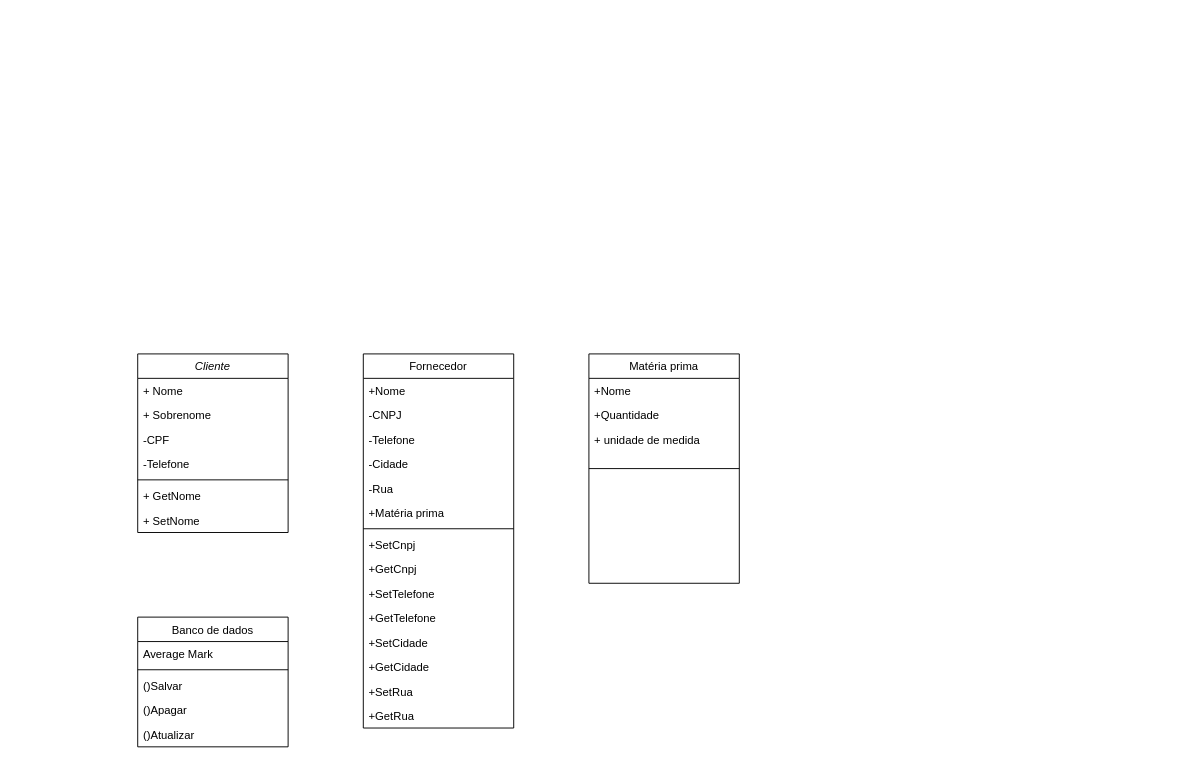
This is page "Page-1" (1 of 2) of classes/classes.drawio from Brazuca17/appEquipe, a draw.io file, before an edit. Source tidied: cells renumbered, new cells numbered last; positions are measured from the earlier drawing's top-left corner, leaving out a move shared by most shapes. Both pictures are drawn from the tidied source at 94%, with x=0, y=0 at pixel (137, 353).
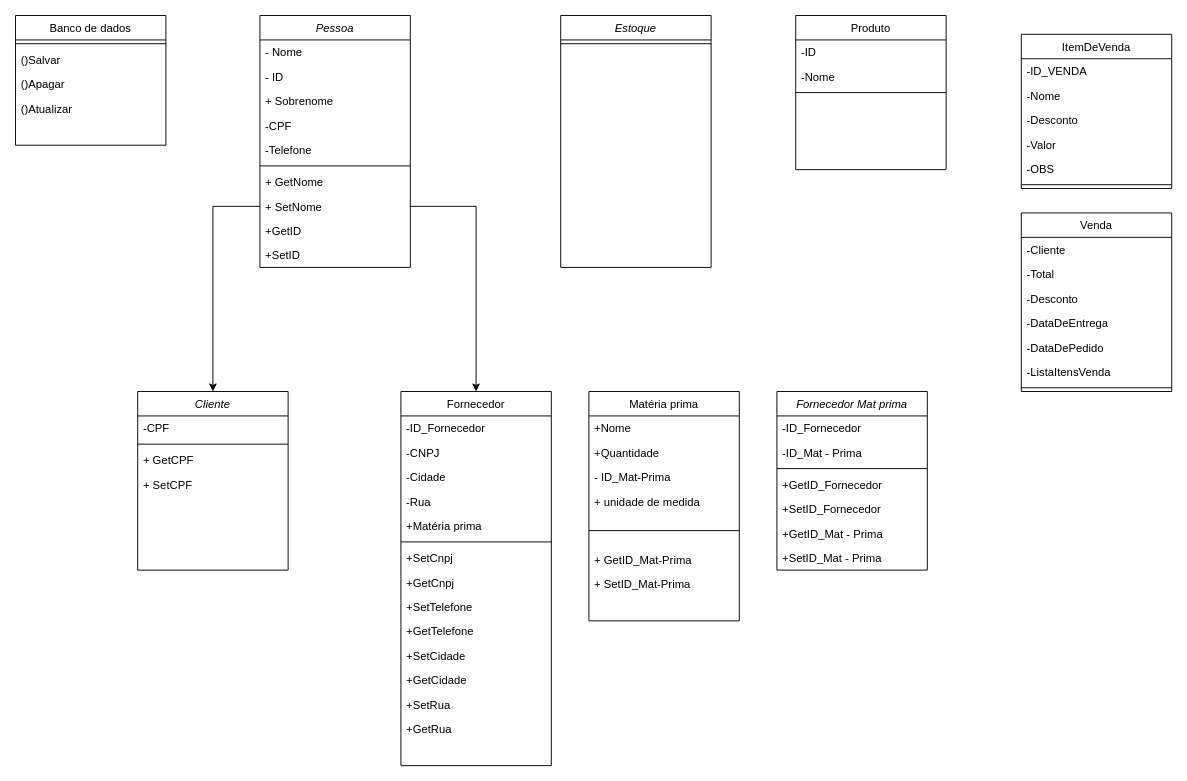
After the change.

What changed in the source:
```diff
@@
     <mxCell id="2" value="Cliente" style="swimlane;fontStyle=2;align=center;verticalAlign=top;horizontal=1;startSize=26;rounded=0;shadow=0;strokeWidth=1;" parent="1" vertex="1">
-      <mxGeometry width="160" height="190" as="geometry" />
+      <mxGeometry y="40" width="160" height="190" as="geometry" />
     </mxCell>
-    <mxCell id="3" value="+ Nome" style="text;align=left;verticalAlign=top;spacingLeft=4;spacingRight=4;overflow=hidden;" parent="2" vertex="1">
-      <mxGeometry y="26" width="160" height="26" as="geometry" />
-    </mxCell>
-    <mxCell id="4" value="+ Sobrenome" style="text;align=left;verticalAlign=top;spacingLeft=4;spacingRight=4;overflow=hidden;rounded=0;shadow=0;html=0;" parent="2" vertex="1">
-      <mxGeometry y="52" width="160" height="26" as="geometry" />
-    </mxCell>
     <mxCell id="5" value="-CPF" style="text;align=left;verticalAlign=top;spacingLeft=4;spacingRight=4;overflow=hidden;rounded=0;shadow=0;html=0;" parent="2" vertex="1">
-      <mxGeometry y="78" width="160" height="26" as="geometry" />
+      <mxGeometry y="26" width="160" height="26" as="geometry" />
     </mxCell>
-    <mxCell id="6" value="-Telefone" style="text;align=left;verticalAlign=top;spacingLeft=4;spacingRight=4;overflow=hidden;" parent="2" vertex="1">
-      <mxGeometry y="104" width="160" height="26" as="geometry" />
-    </mxCell>
     <mxCell id="7" style="line;html=1;strokeWidth=1;align=left;verticalAlign=middle;spacingTop=-1;spacingLeft=3;spacingRight=3;labelPosition=right;" parent="2" vertex="1">
-      <mxGeometry y="130" width="160" height="8" as="geometry" />
+      <mxGeometry y="52" width="160" height="8" as="geometry" />
     </mxCell>
-    <mxCell id="8" value="+ GetNome" style="text;align=left;verticalAlign=top;spacingLeft=4;spacingRight=4;overflow=hidden;" parent="2" vertex="1">
-      <mxGeometry y="138" width="160" height="26" as="geometry" />
+    <mxCell id="8" value="+ GetCPF" style="text;align=left;verticalAlign=top;spacingLeft=4;spacingRight=4;overflow=hidden;" parent="2" vertex="1">
+      <mxGeometry y="60" width="160" height="26" as="geometry" />
     </mxCell>
-    <mxCell id="9" value="+ SetNome" style="text;align=left;verticalAlign=top;spacingLeft=4;spacingRight=4;overflow=hidden;" parent="2" vertex="1">
-      <mxGeometry y="164" width="160" height="26" as="geometry" />
+    <mxCell id="9" value="+ SetCPF" style="text;align=left;verticalAlign=top;spacingLeft=4;spacingRight=4;overflow=hidden;" parent="2" vertex="1">
+      <mxGeometry y="86" width="160" height="22" as="geometry" />
     </mxCell>
     <mxCell id="10" value="Banco de dados" style="swimlane;fontStyle=0;align=center;verticalAlign=top;horizontal=1;startSize=26;rounded=0;shadow=0;strokeWidth=1;" parent="1" vertex="1">
-      <mxGeometry y="280" width="160" height="138" as="geometry" />
+      <mxGeometry x="-130" y="-360" width="160" height="138" as="geometry" />
     </mxCell>
-    <mxCell id="11" value="Average Mark" style="text;align=left;verticalAlign=top;spacingLeft=4;spacingRight=4;overflow=hidden;rounded=0;shadow=0;html=0;" parent="10" vertex="1">
-      <mxGeometry y="26" width="160" height="26" as="geometry" />
-    </mxCell>
     <mxCell id="12" style="line;html=1;strokeWidth=1;align=left;verticalAlign=middle;spacingTop=-1;spacingLeft=3;spacingRight=3;labelPosition=right;" parent="10" vertex="1">
-      <mxGeometry y="52" width="160" height="8" as="geometry" />
+      <mxGeometry y="26" width="160" height="8" as="geometry" />
     </mxCell>
     <mxCell id="13" value="()Salvar" style="text;align=left;verticalAlign=top;spacingLeft=4;spacingRight=4;overflow=hidden;rounded=0;shadow=0;html=0;" parent="10" vertex="1">
-      <mxGeometry y="60" width="160" height="26" as="geometry" />
+      <mxGeometry y="34" width="160" height="26" as="geometry" />
     </mxCell>
     <mxCell id="14" value="()Apagar" style="text;align=left;verticalAlign=top;spacingLeft=4;spacingRight=4;overflow=hidden;rounded=0;shadow=0;html=0;" parent="10" vertex="1">
-      <mxGeometry y="86" width="160" height="26" as="geometry" />
+      <mxGeometry y="60" width="160" height="26" as="geometry" />
     </mxCell>
     <mxCell id="15" value="()Atualizar" style="text;align=left;verticalAlign=top;spacingLeft=4;spacingRight=4;overflow=hidden;rounded=0;shadow=0;html=0;" parent="10" vertex="1">
-      <mxGeometry y="112" width="160" height="26" as="geometry" />
+      <mxGeometry y="86" width="160" height="26" as="geometry" />
     </mxCell>
     <mxCell id="16" value="Matéria prima" style="swimlane;fontStyle=0;align=center;verticalAlign=top;horizontal=1;startSize=26;rounded=0;shadow=0;strokeWidth=1;" parent="1" vertex="1">
-      <mxGeometry x="480" width="160" height="244" as="geometry" />
+      <mxGeometry x="480" y="40" width="160" height="244" as="geometry" />
     </mxCell>
@@
+    <mxCell id="37" value="- ID_Mat-Prima" style="text;align=left;verticalAlign=top;spacingLeft=4;spacingRight=4;overflow=hidden;" parent="16" vertex="1">
+      <mxGeometry y="78" width="160" height="26" as="geometry" />
+    </mxCell>
     <mxCell id="19" value="+ unidade de medida" style="text;align=left;verticalAlign=top;spacingLeft=4;spacingRight=4;overflow=hidden;" parent="16" vertex="1">
-      <mxGeometry y="78" width="160" height="26" as="geometry" />
+      <mxGeometry y="104" width="160" height="26" as="geometry" />
     </mxCell>
     <mxCell id="20" style="line;html=1;strokeWidth=1;align=left;verticalAlign=middle;spacingTop=-1;spacingLeft=3;spacingRight=3;labelPosition=right;" parent="16" vertex="1">
-      <mxGeometry y="104" width="160" height="36" as="geometry" />
+      <mxGeometry y="130" width="160" height="36" as="geometry" />
     </mxCell>
+    <mxCell id="38" value="+ GetID_Mat-Prima" style="text;align=left;verticalAlign=top;spacingLeft=4;spacingRight=4;overflow=hidden;" parent="16" vertex="1">
+      <mxGeometry y="166" width="160" height="26" as="geometry" />
+    </mxCell>
+    <mxCell id="39" value="+ SetID_Mat-Prima" style="text;align=left;verticalAlign=top;spacingLeft=4;spacingRight=4;overflow=hidden;" parent="16" vertex="1">
+      <mxGeometry y="192" width="160" height="26" as="geometry" />
+    </mxCell>
     <mxCell id="21" value="Fornecedor" style="swimlane;fontStyle=0;align=center;verticalAlign=top;horizontal=1;startSize=26;rounded=0;shadow=0;strokeWidth=1;" parent="1" vertex="1">
-      <mxGeometry x="240" width="160" height="398" as="geometry" />
+      <mxGeometry x="280" y="40" width="160" height="398" as="geometry" />
     </mxCell>
-    <mxCell id="22" value="+Nome" style="text;align=left;verticalAlign=top;spacingLeft=4;spacingRight=4;overflow=hidden;" parent="21" vertex="1">
-      <mxGeometry y="26" width="160" height="26" as="geometry" />
-    </mxCell>
+    <mxCell id="40" value="-ID_Fornecedor" style="text;align=left;verticalAlign=top;spacingLeft=4;spacingRight=4;overflow=hidden;rounded=0;shadow=0;html=0;" parent="21" vertex="1">
+      <mxGeometry y="26" width="160" height="26" as="geometry" />
+    </mxCell>
@@
-    <mxCell id="24" value="-Telefone" style="text;align=left;verticalAlign=top;spacingLeft=4;spacingRight=4;overflow=hidden;rounded=0;shadow=0;html=0;" parent="21" vertex="1">
-      <mxGeometry y="78" width="160" height="26" as="geometry" />
-    </mxCell>
     <mxCell id="25" value="-Cidade" style="text;align=left;verticalAlign=top;spacingLeft=4;spacingRight=4;overflow=hidden;rounded=0;shadow=0;html=0;" parent="21" vertex="1">
-      <mxGeometry y="104" width="160" height="26" as="geometry" />
+      <mxGeometry y="78" width="160" height="26" as="geometry" />
     </mxCell>
     <mxCell id="26" value="-Rua" style="text;align=left;verticalAlign=top;spacingLeft=4;spacingRight=4;overflow=hidden;rounded=0;shadow=0;html=0;" parent="21" vertex="1">
-      <mxGeometry y="130" width="160" height="26" as="geometry" />
+      <mxGeometry y="104" width="160" height="26" as="geometry" />
     </mxCell>
     <mxCell id="27" value="+Matéria prima" style="text;align=left;verticalAlign=top;spacingLeft=4;spacingRight=4;overflow=hidden;rounded=0;shadow=0;html=0;" parent="21" vertex="1">
-      <mxGeometry y="156" width="160" height="26" as="geometry" />
+      <mxGeometry y="130" width="160" height="26" as="geometry" />
     </mxCell>
     <mxCell id="28" style="line;html=1;strokeWidth=1;align=left;verticalAlign=middle;spacingTop=-1;spacingLeft=3;spacingRight=3;labelPosition=right;" parent="21" vertex="1">
-      <mxGeometry y="182" width="160" height="8" as="geometry" />
+      <mxGeometry y="156" width="160" height="8" as="geometry" />
     </mxCell>
     <mxCell id="29" value="+SetCnpj" style="text;align=left;verticalAlign=top;spacingLeft=4;spacingRight=4;overflow=hidden;rounded=0;shadow=0;html=0;" parent="21" vertex="1">
-      <mxGeometry y="190" width="160" height="26" as="geometry" />
+      <mxGeometry y="164" width="160" height="26" as="geometry" />
     </mxCell>
     <mxCell id="30" value="+GetCnpj" style="text;align=left;verticalAlign=top;spacingLeft=4;spacingRight=4;overflow=hidden;rounded=0;shadow=0;html=0;" parent="21" vertex="1">
-      <mxGeometry y="216" width="160" height="26" as="geometry" />
+      <mxGeometry y="190" width="160" height="26" as="geometry" />
     </mxCell>
     <mxCell id="31" value="+SetTelefone" style="text;align=left;verticalAlign=top;spacingLeft=4;spacingRight=4;overflow=hidden;rounded=0;shadow=0;html=0;" parent="21" vertex="1">
-      <mxGeometry y="242" width="160" height="26" as="geometry" />
+      <mxGeometry y="216" width="160" height="26" as="geometry" />
     </mxCell>
     <mxCell id="32" value="+GetTelefone" style="text;align=left;verticalAlign=top;spacingLeft=4;spacingRight=4;overflow=hidden;rounded=0;shadow=0;html=0;" parent="21" vertex="1">
-      <mxGeometry y="268" width="160" height="26" as="geometry" />
+      <mxGeometry y="242" width="160" height="26" as="geometry" />
     </mxCell>
     <mxCell id="33" value="+SetCidade" style="text;align=left;verticalAlign=top;spacingLeft=4;spacingRight=4;overflow=hidden;rounded=0;shadow=0;html=0;" parent="21" vertex="1">
-      <mxGeometry y="294" width="160" height="26" as="geometry" />
+      <mxGeometry y="268" width="160" height="26" as="geometry" />
     </mxCell>
     <mxCell id="34" value="+GetCidade" style="text;align=left;verticalAlign=top;spacingLeft=4;spacingRight=4;overflow=hidden;rounded=0;shadow=0;html=0;" parent="21" vertex="1">
-      <mxGeometry y="320" width="160" height="26" as="geometry" />
+      <mxGeometry y="294" width="160" height="26" as="geometry" />
     </mxCell>
     <mxCell id="35" value="+SetRua" style="text;align=left;verticalAlign=top;spacingLeft=4;spacingRight=4;overflow=hidden;rounded=0;shadow=0;html=0;" parent="21" vertex="1">
-      <mxGeometry y="346" width="160" height="26" as="geometry" />
+      <mxGeometry y="320" width="160" height="26" as="geometry" />
     </mxCell>
     <mxCell id="36" value="+GetRua" style="text;align=left;verticalAlign=top;spacingLeft=4;spacingRight=4;overflow=hidden;rounded=0;shadow=0;html=0;" parent="21" vertex="1">
-      <mxGeometry y="372" width="160" height="26" as="geometry" />
+      <mxGeometry y="346" width="160" height="26" as="geometry" />
     </mxCell>
+    <mxCell id="41" value="Pessoa" style="swimlane;fontStyle=2;align=center;verticalAlign=top;horizontal=1;startSize=26;rounded=0;shadow=0;strokeWidth=1;" parent="1" vertex="1">
+      <mxGeometry x="130" y="-360" width="160" height="268" as="geometry" />
+    </mxCell>
+    <mxCell id="42" value="- Nome" style="text;align=left;verticalAlign=top;spacingLeft=4;spacingRight=4;overflow=hidden;" parent="41" vertex="1">
+      <mxGeometry y="26" width="160" height="26" as="geometry" />
+    </mxCell>
+    <mxCell id="43" value="- ID" style="text;align=left;verticalAlign=top;spacingLeft=4;spacingRight=4;overflow=hidden;rounded=0;shadow=0;html=0;" parent="41" vertex="1">
+      <mxGeometry y="52" width="160" height="26" as="geometry" />
+    </mxCell>
+    <mxCell id="4" value="+ Sobrenome" style="text;align=left;verticalAlign=top;spacingLeft=4;spacingRight=4;overflow=hidden;rounded=0;shadow=0;html=0;" parent="41" vertex="1">
+      <mxGeometry y="78" width="160" height="26" as="geometry" />
+    </mxCell>
+    <mxCell id="44" value="-CPF" style="text;align=left;verticalAlign=top;spacingLeft=4;spacingRight=4;overflow=hidden;rounded=0;shadow=0;html=0;" parent="41" vertex="1">
+      <mxGeometry y="104" width="160" height="26" as="geometry" />
+    </mxCell>
+    <mxCell id="6" value="-Telefone" style="text;align=left;verticalAlign=top;spacingLeft=4;spacingRight=4;overflow=hidden;" parent="41" vertex="1">
+      <mxGeometry y="130" width="160" height="26" as="geometry" />
+    </mxCell>
+    <mxCell id="45" style="line;html=1;strokeWidth=1;align=left;verticalAlign=middle;spacingTop=-1;spacingLeft=3;spacingRight=3;labelPosition=right;" parent="41" vertex="1">
+      <mxGeometry y="156" width="160" height="8" as="geometry" />
+    </mxCell>
+    <mxCell id="46" value="+ GetNome" style="text;align=left;verticalAlign=top;spacingLeft=4;spacingRight=4;overflow=hidden;" parent="41" vertex="1">
+      <mxGeometry y="164" width="160" height="26" as="geometry" />
+    </mxCell>
+    <mxCell id="47" value="+ SetNome" style="text;align=left;verticalAlign=top;spacingLeft=4;spacingRight=4;overflow=hidden;points=[[0,0.5],[1,0.5]];portConstraint=eastwest;" parent="41" vertex="1">
+      <mxGeometry y="190" width="160" height="26" as="geometry" />
+    </mxCell>
+    <mxCell id="48" value="+GetID" style="text;align=left;verticalAlign=top;spacingLeft=4;spacingRight=4;overflow=hidden;" parent="41" vertex="1">
+      <mxGeometry y="216" width="160" height="26" as="geometry" />
+    </mxCell>
+    <mxCell id="49" value="+SetID" style="text;align=left;verticalAlign=top;spacingLeft=4;spacingRight=4;overflow=hidden;" parent="41" vertex="1">
+      <mxGeometry y="242" width="160" height="26" as="geometry" />
+    </mxCell>
+    <mxCell id="50" style="edgeStyle=orthogonalEdgeStyle;rounded=0;jettySize=auto;html=1;" parent="1" edge="1" source="47" target="2">
+      <mxGeometry relative="1" as="geometry" />
+    </mxCell>
+    <mxCell id="51" style="edgeStyle=orthogonalEdgeStyle;rounded=0;jettySize=auto;html=1;" parent="1" edge="1" source="47" target="21">
+      <mxGeometry relative="1" as="geometry" />
+    </mxCell>
+    <mxCell id="52" value="Fornecedor Mat prima" style="swimlane;fontStyle=2;align=center;verticalAlign=top;horizontal=1;startSize=26;rounded=0;shadow=0;strokeWidth=1;" parent="1" vertex="1">
+      <mxGeometry x="680" y="40" width="160" height="190" as="geometry" />
+    </mxCell>
+    <mxCell id="53" value="-ID_Fornecedor" style="text;align=left;verticalAlign=top;spacingLeft=4;spacingRight=4;overflow=hidden;rounded=0;shadow=0;html=0;" parent="52" vertex="1">
+      <mxGeometry y="26" width="160" height="26" as="geometry" />
+    </mxCell>
+    <mxCell id="54" value="-ID_Mat - Prima" style="text;align=left;verticalAlign=top;spacingLeft=4;spacingRight=4;overflow=hidden;" parent="52" vertex="1">
+      <mxGeometry y="52" width="160" height="26" as="geometry" />
+    </mxCell>
+    <mxCell id="55" style="line;html=1;strokeWidth=1;align=left;verticalAlign=middle;spacingTop=-1;spacingLeft=3;spacingRight=3;labelPosition=right;" parent="52" vertex="1">
+      <mxGeometry y="78" width="160" height="8" as="geometry" />
+    </mxCell>
+    <mxCell id="56" value="+GetID_Fornecedor" style="text;align=left;verticalAlign=top;spacingLeft=4;spacingRight=4;overflow=hidden;rounded=0;shadow=0;html=0;" parent="52" vertex="1">
+      <mxGeometry y="86" width="160" height="26" as="geometry" />
+    </mxCell>
+    <mxCell id="57" value="+SetID_Fornecedor" style="text;align=left;verticalAlign=top;spacingLeft=4;spacingRight=4;overflow=hidden;rounded=0;shadow=0;html=0;" parent="52" vertex="1">
+      <mxGeometry y="112" width="160" height="26" as="geometry" />
+    </mxCell>
+    <mxCell id="58" value="+GetID_Mat - Prima" style="text;align=left;verticalAlign=top;spacingLeft=4;spacingRight=4;overflow=hidden;" parent="52" vertex="1">
+      <mxGeometry y="138" width="160" height="26" as="geometry" />
+    </mxCell>
+    <mxCell id="59" value="+SetID_Mat - Prima" style="text;align=left;verticalAlign=top;spacingLeft=4;spacingRight=4;overflow=hidden;" parent="52" vertex="1">
+      <mxGeometry y="164" width="160" height="26" as="geometry" />
+    </mxCell>
+    <mxCell id="60" value="Estoque" style="swimlane;fontStyle=2;align=center;verticalAlign=top;horizontal=1;startSize=26;rounded=0;shadow=0;strokeWidth=1;" parent="1" vertex="1">
+      <mxGeometry x="450" y="-360" width="160" height="268" as="geometry" />
+    </mxCell>
+    <mxCell id="61" style="line;html=1;strokeWidth=1;align=left;verticalAlign=middle;spacingTop=-1;spacingLeft=3;spacingRight=3;labelPosition=right;" parent="60" vertex="1">
+      <mxGeometry y="26" width="160" height="8" as="geometry" />
+    </mxCell>
+    <mxCell id="62" value="Produto" style="swimlane;fontStyle=0;align=center;verticalAlign=top;horizontal=1;startSize=26;rounded=0;shadow=0;strokeWidth=1;" parent="1" vertex="1">
+      <mxGeometry x="700" y="-360" width="160" height="164" as="geometry" />
+    </mxCell>
+    <mxCell id="63" value="-ID" style="text;align=left;verticalAlign=top;spacingLeft=4;spacingRight=4;overflow=hidden;rounded=0;shadow=0;html=0;" parent="62" vertex="1">
+      <mxGeometry y="26" width="160" height="26" as="geometry" />
+    </mxCell>
+    <mxCell id="64" value="-Nome" style="text;align=left;verticalAlign=top;spacingLeft=4;spacingRight=4;overflow=hidden;rounded=0;shadow=0;html=0;" parent="62" vertex="1">
+      <mxGeometry y="52" width="160" height="26" as="geometry" />
+    </mxCell>
+    <mxCell id="65" style="line;html=1;strokeWidth=1;align=left;verticalAlign=middle;spacingTop=-1;spacingLeft=3;spacingRight=3;labelPosition=right;" parent="62" vertex="1">
+      <mxGeometry y="78" width="160" height="8" as="geometry" />
+    </mxCell>
+    <mxCell id="66" value="ItemDeVenda" style="swimlane;fontStyle=0;align=center;verticalAlign=top;horizontal=1;startSize=26;rounded=0;shadow=0;strokeWidth=1;" parent="1" vertex="1">
+      <mxGeometry x="940" y="-340" width="160" height="164" as="geometry" />
+    </mxCell>
+    <mxCell id="67" value="-ID_VENDA" style="text;align=left;verticalAlign=top;spacingLeft=4;spacingRight=4;overflow=hidden;rounded=0;shadow=0;html=0;" parent="66" vertex="1">
+      <mxGeometry y="26" width="160" height="26" as="geometry" />
+    </mxCell>
+    <mxCell id="68" value="-Nome" style="text;align=left;verticalAlign=top;spacingLeft=4;spacingRight=4;overflow=hidden;rounded=0;shadow=0;html=0;" parent="66" vertex="1">
+      <mxGeometry y="52" width="160" height="26" as="geometry" />
+    </mxCell>
+    <mxCell id="69" value="-Desconto" style="text;align=left;verticalAlign=top;spacingLeft=4;spacingRight=4;overflow=hidden;rounded=0;shadow=0;html=0;" parent="66" vertex="1">
+      <mxGeometry y="78" width="160" height="26" as="geometry" />
+    </mxCell>
+    <mxCell id="70" value="-Valor" style="text;align=left;verticalAlign=top;spacingLeft=4;spacingRight=4;overflow=hidden;rounded=0;shadow=0;html=0;" parent="66" vertex="1">
+      <mxGeometry y="104" width="160" height="26" as="geometry" />
+    </mxCell>
+    <mxCell id="71" value="-OBS" style="text;align=left;verticalAlign=top;spacingLeft=4;spacingRight=4;overflow=hidden;rounded=0;shadow=0;html=0;" parent="66" vertex="1">
+      <mxGeometry y="130" width="160" height="26" as="geometry" />
+    </mxCell>
+    <mxCell id="72" style="line;html=1;strokeWidth=1;align=left;verticalAlign=middle;spacingTop=-1;spacingLeft=3;spacingRight=3;labelPosition=right;" parent="66" vertex="1">
+      <mxGeometry y="156" width="160" height="8" as="geometry" />
+    </mxCell>
+    <mxCell id="73" value="Venda" style="swimlane;fontStyle=0;align=center;verticalAlign=top;horizontal=1;startSize=26;rounded=0;shadow=0;strokeWidth=1;" parent="1" vertex="1">
+      <mxGeometry x="940" y="-150" width="160" height="190" as="geometry" />
+    </mxCell>
+    <mxCell id="74" value="-Cliente" style="text;align=left;verticalAlign=top;spacingLeft=4;spacingRight=4;overflow=hidden;rounded=0;shadow=0;html=0;" parent="73" vertex="1">
+      <mxGeometry y="26" width="160" height="26" as="geometry" />
+    </mxCell>
+    <mxCell id="75" value="-Total" style="text;align=left;verticalAlign=top;spacingLeft=4;spacingRight=4;overflow=hidden;rounded=0;shadow=0;html=0;" parent="73" vertex="1">
+      <mxGeometry y="52" width="160" height="26" as="geometry" />
+    </mxCell>
+    <mxCell id="76" value="-Desconto" style="text;align=left;verticalAlign=top;spacingLeft=4;spacingRight=4;overflow=hidden;rounded=0;shadow=0;html=0;" parent="73" vertex="1">
+      <mxGeometry y="78" width="160" height="26" as="geometry" />
+    </mxCell>
+    <mxCell id="77" value="-DataDeEntrega" style="text;align=left;verticalAlign=top;spacingLeft=4;spacingRight=4;overflow=hidden;rounded=0;shadow=0;html=0;" parent="73" vertex="1">
+      <mxGeometry y="104" width="160" height="26" as="geometry" />
+    </mxCell>
+    <mxCell id="78" value="-DataDePedido" style="text;align=left;verticalAlign=top;spacingLeft=4;spacingRight=4;overflow=hidden;rounded=0;shadow=0;html=0;" parent="73" vertex="1">
+      <mxGeometry y="130" width="160" height="26" as="geometry" />
+    </mxCell>
+    <mxCell id="79" value="-ListaItensVenda" style="text;align=left;verticalAlign=top;spacingLeft=4;spacingRight=4;overflow=hidden;rounded=0;shadow=0;html=0;" parent="73" vertex="1">
+      <mxGeometry y="156" width="160" height="26" as="geometry" />
+    </mxCell>
+    <mxCell id="80" style="line;html=1;strokeWidth=1;align=left;verticalAlign=middle;spacingTop=-1;spacingLeft=3;spacingRight=3;labelPosition=right;" parent="73" vertex="1">
+      <mxGeometry y="182" width="160" height="8" as="geometry" />
+    </mxCell>
```
